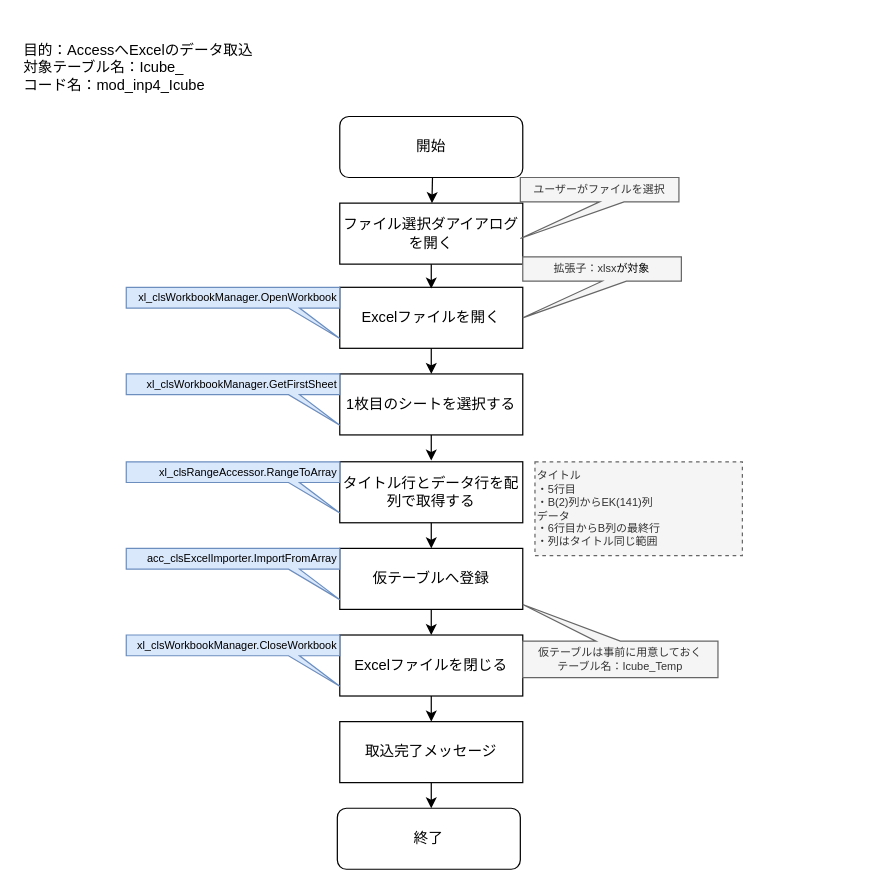
This is acc_Icube_xlImprt.drawio from EZsystem/draw, a draw.io file, before an edit. Source tidied: cells renumbered, new cells numbered last; positions are measured from the earlier drawing's top-left corner, leaving out a move shared by most shapes. Both pictures are drawn from the tidied source at 122%, with x=0, y=0 at pixel (21, 30).
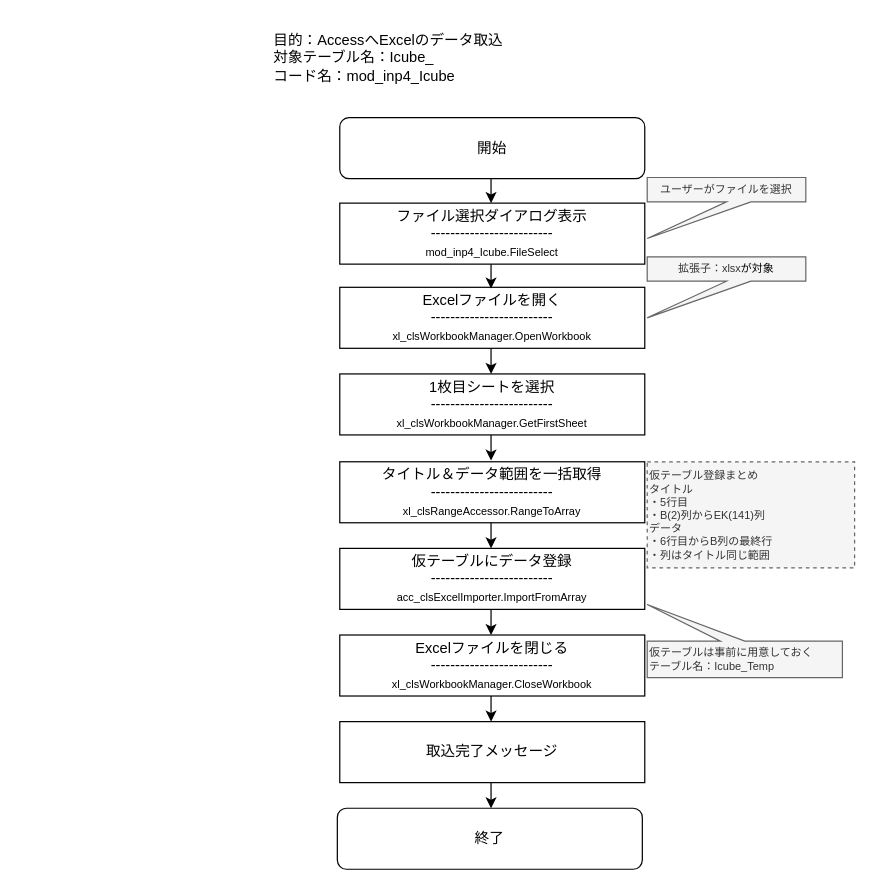
The same diagram, later.

Diff of the diagram source:
```diff
@@
     <mxCell id="2" value="開始" style="rounded=1;whiteSpace=wrap;html=1;" parent="1" vertex="1">
-      <mxGeometry x="261" y="70" width="150" height="50" as="geometry" />
+      <mxGeometry x="261" y="71" width="250" height="50" as="geometry" />
     </mxCell>
-    <mxCell id="3" value="ファイル選択ダアイアログを開く" style="rounded=0;whiteSpace=wrap;html=1;" parent="1" vertex="1">
-      <mxGeometry x="261" y="141" width="150" height="50" as="geometry" />
+    <mxCell id="3" value="&lt;div&gt;ファイル選択ダイアログ表示&lt;/div&gt;&lt;div&gt;-------------------------&lt;/div&gt;&lt;div&gt;&lt;font style=&quot;font-size: 9px;&quot;&gt;mod_inp4_Icube.FileSelect&lt;/font&gt;&lt;/div&gt;" style="rounded=0;whiteSpace=wrap;html=1;" parent="1" vertex="1">
+      <mxGeometry x="261" y="141" width="250" height="50" as="geometry" />
     </mxCell>
-    <mxCell id="4" value="Excelファイルを開く" style="rounded=0;whiteSpace=wrap;html=1;" parent="1" vertex="1">
-      <mxGeometry x="261" y="210" width="150" height="50" as="geometry" />
+    <mxCell id="4" value="&lt;div&gt;Excelファイルを開く&lt;/div&gt;&lt;div&gt;-------------------------&lt;/div&gt;&lt;div&gt;&lt;font style=&quot;font-size: 9px;&quot;&gt;xl_clsWorkbookManager.OpenWorkbook&lt;/font&gt;&lt;/div&gt;" style="rounded=0;whiteSpace=wrap;html=1;" parent="1" vertex="1">
+      <mxGeometry x="261" y="210" width="250" height="50" as="geometry" />
     </mxCell>
-    <mxCell id="5" value="1枚目のシートを選択する" style="rounded=0;whiteSpace=wrap;html=1;" parent="1" vertex="1">
-      <mxGeometry x="261" y="281" width="150" height="50" as="geometry" />
+    <mxCell id="5" value="&lt;div&gt;1枚目シートを選択&lt;/div&gt;&lt;div&gt;-------------------------&lt;/div&gt;&lt;div&gt;&lt;font style=&quot;font-size: 9px;&quot;&gt;xl_clsWorkbookManager.GetFirstSheet&lt;/font&gt;&lt;/div&gt;" style="rounded=0;whiteSpace=wrap;html=1;" parent="1" vertex="1">
+      <mxGeometry x="261" y="281" width="250" height="50" as="geometry" />
     </mxCell>
-    <mxCell id="6" value="タイトル行とデータ行を配列で取得する" style="rounded=0;whiteSpace=wrap;html=1;" parent="1" vertex="1">
-      <mxGeometry x="261" y="353" width="150" height="50" as="geometry" />
+    <mxCell id="6" value="&lt;div&gt;タイトル＆データ範囲を一括取得&lt;/div&gt;&lt;div&gt;-------------------------&lt;/div&gt;&lt;div&gt;&lt;font style=&quot;font-size: 9px;&quot;&gt;xl_clsRangeAccessor.RangeToArray&lt;/font&gt;&lt;/div&gt;" style="rounded=0;whiteSpace=wrap;html=1;" parent="1" vertex="1">
+      <mxGeometry x="261" y="353" width="250" height="50" as="geometry" />
     </mxCell>
     <mxCell id="7" style="endArrow=classic;html=1;rounded=0;entryX=0.5;entryY=0;entryDx=0;entryDy=0;exitX=0.5;exitY=1;exitDx=0;exitDy=0;" parent="1" edge="1">
       <mxGeometry relative="1" as="geometry">
-        <mxPoint x="336" y="191" as="sourcePoint" />
-        <mxPoint x="336" y="211" as="targetPoint" />
+        <mxPoint x="385" y="191" as="sourcePoint" />
+        <mxPoint x="385" y="211" as="targetPoint" />
       </mxGeometry>
     </mxCell>
-    <mxCell id="8" style="endArrow=classic;html=1;rounded=0;" parent="1" edge="1" target="3">
-      <mxGeometry relative="1" as="geometry">
-        <mxPoint x="337" y="120" as="sourcePoint" />
-      </mxGeometry>
-    </mxCell>
-    <mxCell id="9" value="仮テーブルへ登録" style="rounded=0;whiteSpace=wrap;html=1;" parent="1" vertex="1">
-      <mxGeometry x="261" y="424" width="150" height="50" as="geometry" />
+    <mxCell id="9" value="&lt;div&gt;仮テーブルにデータ登録&lt;/div&gt;&lt;div&gt;-------------------------&lt;/div&gt;&lt;div&gt;&lt;font style=&quot;font-size: 9px;&quot;&gt;acc_clsExcelImporter.ImportFromArray&lt;/font&gt;&lt;/div&gt;" style="rounded=0;whiteSpace=wrap;html=1;" parent="1" vertex="1">
+      <mxGeometry x="261" y="424" width="250" height="50" as="geometry" />
     </mxCell>
-    <mxCell id="10" value="Excelファイルを閉じる" style="rounded=0;whiteSpace=wrap;html=1;" parent="1" vertex="1">
-      <mxGeometry x="261" y="495" width="150" height="50" as="geometry" />
+    <mxCell id="10" value="&lt;div&gt;Excelファイルを閉じる&lt;/div&gt;&lt;div&gt;-------------------------&lt;/div&gt;&lt;div&gt;&lt;font style=&quot;font-size: 9px;&quot;&gt;xl_clsWorkbookManager.CloseWorkbook&lt;/font&gt;&lt;/div&gt;" style="rounded=0;whiteSpace=wrap;html=1;" parent="1" vertex="1">
+      <mxGeometry x="261" y="495" width="250" height="50" as="geometry" />
     </mxCell>
     <mxCell id="11" value="取込完了メッセージ" style="rounded=0;whiteSpace=wrap;html=1;" parent="1" vertex="1">
-      <mxGeometry x="261" y="566" width="150" height="50" as="geometry" />
+      <mxGeometry x="261" y="566" width="250" height="50" as="geometry" />
     </mxCell>
     <mxCell id="12" value="終了" style="rounded=1;whiteSpace=wrap;html=1;" parent="1" vertex="1">
-      <mxGeometry x="259" y="637" width="150" height="50" as="geometry" />
+      <mxGeometry x="259" y="637" width="250" height="50" as="geometry" />
     </mxCell>
     <mxCell id="13" style="edgeStyle=orthogonalEdgeStyle;rounded=0;orthogonalLoop=1;jettySize=auto;html=1;" parent="1" edge="1">
       <mxGeometry relative="1" as="geometry">
-        <mxPoint x="336" y="260" as="sourcePoint" />
-        <mxPoint x="336" y="281" as="targetPoint" />
+        <mxPoint x="385" y="260" as="sourcePoint" />
+        <mxPoint x="385" y="281" as="targetPoint" />
       </mxGeometry>
     </mxCell>
     <mxCell id="14" style="edgeStyle=orthogonalEdgeStyle;rounded=0;orthogonalLoop=1;jettySize=auto;html=1;" parent="1" edge="1">
       <mxGeometry relative="1" as="geometry">
-        <mxPoint x="336" y="331" as="sourcePoint" />
-        <mxPoint x="336" y="352" as="targetPoint" />
+        <mxPoint x="385" y="331" as="sourcePoint" />
+        <mxPoint x="385" y="352" as="targetPoint" />
       </mxGeometry>
     </mxCell>
     <mxCell id="15" style="edgeStyle=orthogonalEdgeStyle;rounded=0;orthogonalLoop=1;jettySize=auto;html=1;" parent="1" edge="1">
       <mxGeometry relative="1" as="geometry">
-        <mxPoint x="336" y="403" as="sourcePoint" />
-        <mxPoint x="336" y="424" as="targetPoint" />
+        <mxPoint x="385" y="403" as="sourcePoint" />
+        <mxPoint x="385" y="424" as="targetPoint" />
       </mxGeometry>
     </mxCell>
     <mxCell id="16" style="edgeStyle=orthogonalEdgeStyle;rounded=0;orthogonalLoop=1;jettySize=auto;html=1;" parent="1" edge="1">
       <mxGeometry relative="1" as="geometry">
-        <mxPoint x="336" y="474" as="sourcePoint" />
-        <mxPoint x="336" y="495" as="targetPoint" />
+        <mxPoint x="385" y="474" as="sourcePoint" />
+        <mxPoint x="385" y="495" as="targetPoint" />
       </mxGeometry>
     </mxCell>
     <mxCell id="17" style="edgeStyle=orthogonalEdgeStyle;rounded=0;orthogonalLoop=1;jettySize=auto;html=1;" parent="1" edge="1">
       <mxGeometry relative="1" as="geometry">
-        <mxPoint x="336" y="545" as="sourcePoint" />
-        <mxPoint x="336" y="566" as="targetPoint" />
+        <mxPoint x="385" y="545" as="sourcePoint" />
+        <mxPoint x="385" y="566" as="targetPoint" />
       </mxGeometry>
     </mxCell>
     <mxCell id="18" style="edgeStyle=orthogonalEdgeStyle;rounded=0;orthogonalLoop=1;jettySize=auto;html=1;" parent="1" edge="1">
       <mxGeometry relative="1" as="geometry">
-        <mxPoint x="336" y="616" as="sourcePoint" />
-        <mxPoint x="336" y="637" as="targetPoint" />
+        <mxPoint x="385" y="616" as="sourcePoint" />
+        <mxPoint x="385" y="637" as="targetPoint" />
       </mxGeometry>
     </mxCell>
     <mxCell id="19" value="&lt;font&gt;ユーザーがファイルを選択&lt;/font&gt;" style="shape=callout;whiteSpace=wrap;html=1;perimeter=calloutPerimeter;position2=0;fontSize=9;fillColor=#f5f5f5;fontColor=#333333;strokeColor=#666666;" parent="1" vertex="1">
-      <mxGeometry x="409" y="120" width="130" height="50" as="geometry" />
+      <mxGeometry x="513" y="120" width="130" height="50" as="geometry" />
     </mxCell>
     <mxCell id="20" value="&lt;font&gt;拡張子：xlsx&lt;/font&gt;&lt;span style=&quot;background-color: transparent; color: light-dark(rgb(0, 0, 0), rgb(255, 255, 255));&quot;&gt;が対象&lt;/span&gt;" style="shape=callout;whiteSpace=wrap;html=1;perimeter=calloutPerimeter;position2=0;fillColor=#f5f5f5;strokeColor=#666666;fontColor=#333333;fontSize=9;" parent="1" vertex="1">
-      <mxGeometry x="411" y="185" width="130" height="50" as="geometry" />
+      <mxGeometry x="513" y="185" width="130" height="50" as="geometry" />
     </mxCell>
-    <mxCell id="21" value="タイトル&lt;div&gt;・5行目&lt;/div&gt;&lt;div&gt;・B(2)列からEK(141)列&lt;/div&gt;&lt;div&gt;データ&lt;/div&gt;&lt;div&gt;・6行目からB列の最終行&lt;/div&gt;&lt;div&gt;・列はタイトル同じ範囲&lt;/div&gt;" style="rounded=0;whiteSpace=wrap;html=1;dashed=1;fillColor=#f5f5f5;strokeColor=#666666;align=left;fontSize=9;fontColor=#333333;" parent="1" vertex="1">
-      <mxGeometry x="421" y="353" width="170" height="77" as="geometry" />
+    <mxCell id="21" value="&lt;div&gt;仮テーブル登録まとめ&lt;/div&gt;タイトル&lt;div&gt;・5行目&lt;/div&gt;&lt;div&gt;・B(2)列からEK(141)列&lt;/div&gt;&lt;div&gt;データ&lt;/div&gt;&lt;div&gt;・6行目からB列の最終行&lt;/div&gt;&lt;div&gt;・列はタイトル同じ範囲&lt;/div&gt;" style="rounded=0;whiteSpace=wrap;html=1;dashed=1;fillColor=#f5f5f5;strokeColor=#666666;align=left;fontSize=9;fontColor=#333333;verticalAlign=top;" parent="1" vertex="1">
+      <mxGeometry x="513" y="353" width="170" height="87" as="geometry" />
     </mxCell>
-    <mxCell id="22" value="&lt;span&gt;仮テーブルは事前に用意しておく&lt;/span&gt;&lt;div&gt;&lt;span&gt;テーブル名：Icube_Temp&lt;/span&gt;&lt;/div&gt;" style="shape=callout;whiteSpace=wrap;html=1;perimeter=calloutPerimeter;position2=1;fillColor=#f5f5f5;strokeColor=#666666;direction=west;fontColor=#333333;fontSize=9;" parent="1" vertex="1">
-      <mxGeometry x="411" y="470" width="160" height="60" as="geometry" />
+    <mxCell id="22" value="&lt;span&gt;仮テーブルは事前に用意しておく&lt;/span&gt;&lt;div&gt;&lt;span&gt;テーブル名：Icube_Temp&lt;/span&gt;&lt;/div&gt;" style="shape=callout;whiteSpace=wrap;html=1;perimeter=calloutPerimeter;position2=1;fillColor=#f5f5f5;strokeColor=#666666;direction=west;fontColor=#333333;fontSize=9;align=left;" parent="1" vertex="1">
+      <mxGeometry x="513" y="470" width="160" height="60" as="geometry" />
     </mxCell>
     <mxCell id="23" value="目的：AccessへExcelのデータ取込&lt;div&gt;対象テーブル名：Icube_&lt;/div&gt;&lt;div&gt;コード名：mod_inp4_Icube&lt;/div&gt;" style="text;html=1;align=left;verticalAlign=middle;strokeColor=none;fillColor=none;" parent="1" vertex="1">
-      <mxGeometry width="210" height="60" as="geometry" />
+      <mxGeometry x="205" y="-8" width="210" height="60" as="geometry" />
     </mxCell>
-    <mxCell id="24" value="xl_clsWorkbookManager.GetFirstSheet" style="shape=callout;whiteSpace=wrap;html=1;perimeter=calloutPerimeter;position2=1;fontSize=9;fillColor=#dae8fc;strokeColor=#6c8ebf;direction=east;align=right;base=9;size=25;position=0.76;" parent="1" vertex="1">
-      <mxGeometry x="86" y="281" width="175" height="42" as="geometry" />
-    </mxCell>
-    <mxCell id="25" value="xl_clsWorkbookManager.OpenWorkbook" style="shape=callout;whiteSpace=wrap;html=1;perimeter=calloutPerimeter;position2=1;fontSize=9;fillColor=#dae8fc;strokeColor=#6c8ebf;direction=east;align=right;base=9;size=25;position=0.76;" parent="1" vertex="1">
-      <mxGeometry x="86" y="210" width="175" height="42" as="geometry" />
-    </mxCell>
-    <mxCell id="26" value="xl_clsRangeAccessor.RangeToArray" style="shape=callout;whiteSpace=wrap;html=1;perimeter=calloutPerimeter;position2=1;fontSize=9;fillColor=#dae8fc;strokeColor=#6c8ebf;direction=east;align=right;base=9;size=25;position=0.76;" parent="1" vertex="1">
-      <mxGeometry x="86" y="353" width="175" height="42" as="geometry" />
-    </mxCell>
-    <mxCell id="27" value="acc_clsExcelImporter.ImportFromArray" style="shape=callout;whiteSpace=wrap;html=1;perimeter=calloutPerimeter;position2=1;fontSize=9;fillColor=#dae8fc;strokeColor=#6c8ebf;direction=east;align=right;base=9;size=25;position=0.76;" parent="1" vertex="1">
-      <mxGeometry x="86" y="424" width="175" height="42" as="geometry" />
-    </mxCell>
-    <mxCell id="28" value="xl_clsWorkbookManager.CloseWorkbook" style="shape=callout;whiteSpace=wrap;html=1;perimeter=calloutPerimeter;position2=1;fontSize=9;fillColor=#dae8fc;strokeColor=#6c8ebf;direction=east;align=right;base=9;size=25;position=0.76;" parent="1" vertex="1">
-      <mxGeometry x="86" y="495" width="175" height="42" as="geometry" />
-    </mxCell>
+    <mxCell id="29" style="endArrow=classic;html=1;rounded=0;entryX=0.5;entryY=0;entryDx=0;entryDy=0;exitX=0.5;exitY=1;exitDx=0;exitDy=0;" parent="1" edge="1">
+      <mxGeometry relative="1" as="geometry">
+        <mxPoint x="385" y="121" as="sourcePoint" />
+        <mxPoint x="385" y="141" as="targetPoint" />
+      </mxGeometry>
+    </mxCell>
```
